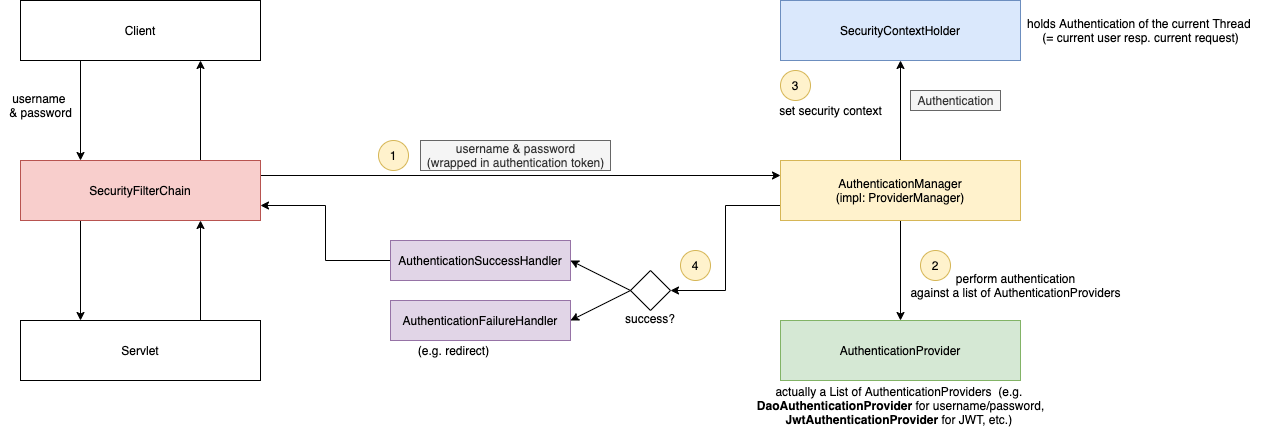
ttt9912/prospringboot2 keeps this draw.io diagram as ch8-security/spring-security-components.png. Above is the earlier version. Source tidied: cells renumbered, new cells last; positions are measured from the earlier drawing's top-left corner, leaving out a move shared by most shapes.
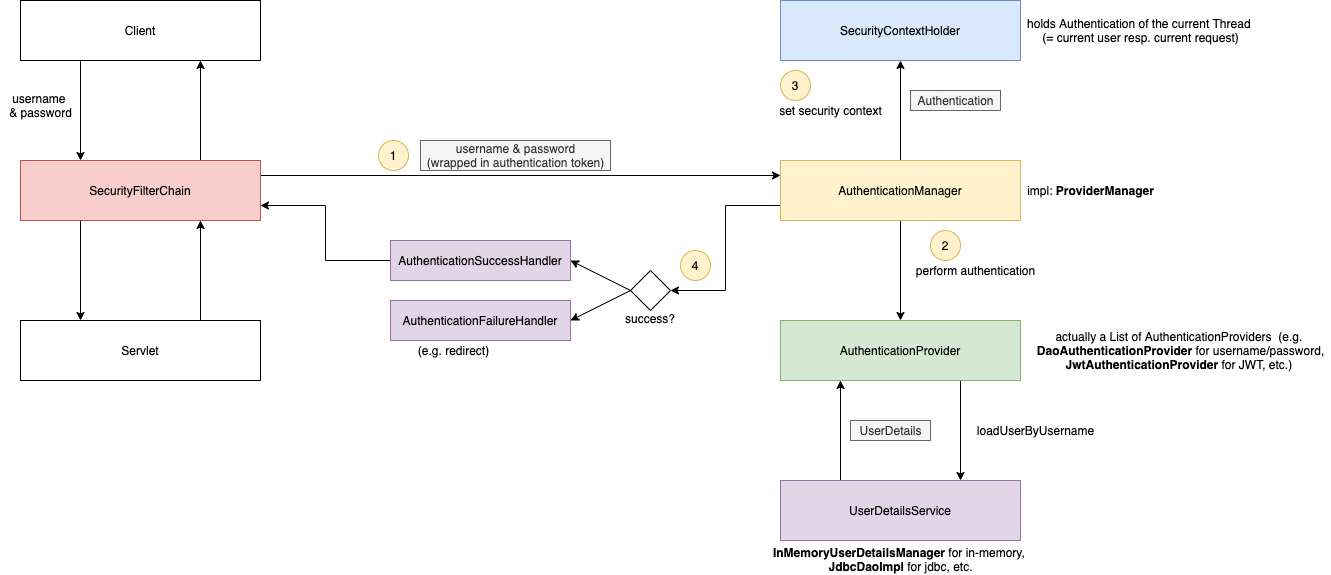
After the change.

Change to the diagram source:
```diff
@@ -5,15 +5,15 @@
     <mxCell id="2" style="edgeStyle=orthogonalEdgeStyle;rounded=0;jettySize=auto;html=1;entryX=0.25;entryY=0;entryDx=0;entryDy=0;exitX=0.25;exitY=1;exitDx=0;exitDy=0;" parent="1" edge="1" source="14" target="8">
       <mxGeometry relative="1" as="geometry" />
     </mxCell>
-    <mxCell id="3" style="edgeStyle=orthogonalEdgeStyle;rounded=0;jettySize=auto;html=1;exitX=0.5;exitY=0;exitDx=0;exitDy=0;entryX=0.5;entryY=1;entryDx=0;entryDy=0;" parent="1" edge="1" source="13" target="4">
-      <mxGeometry relative="1" as="geometry" />
-    </mxCell>
+    <mxCell id="35" style="edgeStyle=orthogonalEdgeStyle;rounded=0;jettySize=auto;html=1;exitX=0.5;exitY=0;exitDx=0;exitDy=0;entryX=0.5;entryY=1;entryDx=0;entryDy=0;" parent="1" edge="1" source="39" target="4">
+      <mxGeometry relative="1" as="geometry" />
+    </mxCell>
     <mxCell id="4" value="SecurityContextHolder" style="rounded=0;whiteSpace=wrap;html=1;verticalAlign=middle;fillColor=#dae8fc;strokeColor=#6c8ebf;" parent="1" vertex="1">
       <mxGeometry x="780" width="240" height="60" as="geometry" />
     </mxCell>
-    <mxCell id="5" style="rounded=0;jettySize=auto;html=1;exitX=1;exitY=0.25;exitDx=0;exitDy=0;entryX=0;entryY=0.25;entryDx=0;entryDy=0;" parent="1" edge="1" source="8" target="13">
-      <mxGeometry relative="1" as="geometry" />
-    </mxCell>
+    <mxCell id="36" style="rounded=0;jettySize=auto;html=1;exitX=1;exitY=0.25;exitDx=0;exitDy=0;entryX=0;entryY=0.25;entryDx=0;entryDy=0;" parent="1" edge="1" source="8" target="39">
+      <mxGeometry relative="1" as="geometry" />
+    </mxCell>
     <mxCell id="6" style="edgeStyle=orthogonalEdgeStyle;rounded=0;jettySize=auto;html=1;exitX=0.25;exitY=1;exitDx=0;exitDy=0;entryX=0.25;entryY=0;entryDx=0;entryDy=0;" parent="1" edge="1" source="8" target="10">
       <mxGeometry relative="1" as="geometry" />
     </mxCell>
@@ -29,15 +29,15 @@
     <mxCell id="10" value="Servlet" style="rounded=0;whiteSpace=wrap;html=1;" parent="1" vertex="1">
       <mxGeometry x="20" y="320" width="240" height="60" as="geometry" />
     </mxCell>
-    <mxCell id="11" style="edgeStyle=orthogonalEdgeStyle;rounded=0;jettySize=auto;html=1;exitX=0.5;exitY=1;exitDx=0;exitDy=0;entryX=0.5;entryY=0;entryDx=0;entryDy=0;" parent="1" edge="1" source="13" target="23">
-      <mxGeometry relative="1" as="geometry" />
-    </mxCell>
-    <mxCell id="12" style="edgeStyle=orthogonalEdgeStyle;rounded=0;jettySize=auto;html=1;exitX=0;exitY=0.75;exitDx=0;exitDy=0;entryX=1;entryY=0.5;entryDx=0;entryDy=0;" parent="1" edge="1" source="13" target="32">
-      <mxGeometry relative="1" as="geometry" />
-    </mxCell>
-    <mxCell id="13" value="&lt;span&gt;AuthenticationManager&lt;/span&gt;&lt;br&gt;(impl: ProviderManager)" style="rounded=0;whiteSpace=wrap;html=1;verticalAlign=middle;fillColor=#fff2cc;strokeColor=#d6b656;fontStyle=0;" parent="1" vertex="1">
-      <mxGeometry x="780" y="160" width="240" height="60" as="geometry" />
-    </mxCell>
+    <mxCell id="37" style="edgeStyle=orthogonalEdgeStyle;rounded=0;jettySize=auto;html=1;exitX=0.5;exitY=1;exitDx=0;exitDy=0;entryX=0.5;entryY=0;entryDx=0;entryDy=0;" parent="1" edge="1" source="39" target="23">
+      <mxGeometry relative="1" as="geometry" />
+    </mxCell>
+    <mxCell id="38" style="edgeStyle=orthogonalEdgeStyle;rounded=0;jettySize=auto;html=1;exitX=0;exitY=0.75;exitDx=0;exitDy=0;entryX=1;entryY=0.5;entryDx=0;entryDy=0;" parent="1" edge="1" source="39" target="32">
+      <mxGeometry relative="1" as="geometry" />
+    </mxCell>
+    <mxCell id="39" value="&lt;span&gt;AuthenticationManager&lt;/span&gt;" style="rounded=0;whiteSpace=wrap;html=1;verticalAlign=middle;fillColor=#fff2cc;strokeColor=#d6b656;fontStyle=0;" parent="1" vertex="1">
+      <mxGeometry x="780" y="160" width="240" height="60" as="geometry" />
+    </mxCell>
     <mxCell id="14" value="Client" style="rounded=0;whiteSpace=wrap;html=1;" parent="1" vertex="1">
       <mxGeometry x="20" width="240" height="60" as="geometry" />
     </mxCell>
@@ -48,11 +48,11 @@
       <mxGeometry x="1020" y="15" width="240" height="30" as="geometry" />
     </mxCell>
     <mxCell id="17" value="2" style="ellipse;whiteSpace=wrap;html=1;fillColor=#fff2cc;strokeColor=#d6b656;" parent="1" vertex="1">
-      <mxGeometry x="920" y="250" width="30" height="30" as="geometry" />
+      <mxGeometry x="930" y="230" width="30" height="30" as="geometry" />
     </mxCell>
-    <mxCell id="18" value="perform authentication&lt;br&gt;against a list of AuthenticationProviders" style="text;html=1;align=center;verticalAlign=middle;" parent="1" vertex="1">
-      <mxGeometry x="905" y="270" width="220" height="30" as="geometry" />
-    </mxCell>
+    <mxCell id="40" value="perform authentication&lt;br&gt;" style="text;html=1;align=center;verticalAlign=middle;" parent="1" vertex="1">
+      <mxGeometry x="910" y="260" width="130" height="20" as="geometry" />
+    </mxCell>
     <mxCell id="19" value="3" style="ellipse;whiteSpace=wrap;html=1;fillColor=#fff2cc;strokeColor=#d6b656;" parent="1" vertex="1">
       <mxGeometry x="780" y="70" width="30" height="30" as="geometry" />
     </mxCell>
@@ -65,11 +65,14 @@
     <mxCell id="22" value="username&amp;nbsp;&lt;br&gt;&amp;amp; password" style="text;html=1;align=center;verticalAlign=middle;" parent="1" vertex="1">
       <mxGeometry y="90" width="80" height="30" as="geometry" />
     </mxCell>
+    <mxCell id="41" style="edgeStyle=orthogonalEdgeStyle;rounded=0;jettySize=auto;html=1;exitX=0.75;exitY=1;exitDx=0;exitDy=0;entryX=0.75;entryY=0;entryDx=0;entryDy=0;" parent="1" edge="1" source="23" target="43">
+      <mxGeometry relative="1" as="geometry" />
+    </mxCell>
     <mxCell id="23" value="AuthenticationProvider" style="rounded=0;whiteSpace=wrap;html=1;verticalAlign=middle;fillColor=#d5e8d4;strokeColor=#82b366;" parent="1" vertex="1">
       <mxGeometry x="780" y="320" width="240" height="60" as="geometry" />
     </mxCell>
     <mxCell id="24" value="actually a List of AuthenticationProviders&amp;nbsp; (e.g. &lt;br&gt;&lt;b&gt;DaoAuthenticationProvider&lt;/b&gt; for username/password,&lt;br&gt;&lt;b&gt;JwtAuthenticationProvider&lt;/b&gt; for JWT, etc.)&amp;nbsp;" style="text;html=1;align=center;verticalAlign=middle;" parent="1" vertex="1">
-      <mxGeometry x="750" y="380" width="300" height="50" as="geometry" />
+      <mxGeometry x="1030" y="325" width="300" height="50" as="geometry" />
     </mxCell>
     <mxCell id="25" style="edgeStyle=orthogonalEdgeStyle;rounded=0;jettySize=auto;html=1;exitX=0;exitY=0.5;exitDx=0;exitDy=0;entryX=1;entryY=0.75;entryDx=0;entryDy=0;" parent="1" edge="1" source="26" target="8">
       <mxGeometry relative="1" as="geometry" />
@@ -101,5 +104,23 @@
     <mxCell id="34" value="1" style="ellipse;whiteSpace=wrap;html=1;fillColor=#fff2cc;strokeColor=#d6b656;" parent="1" vertex="1">
       <mxGeometry x="378" y="140" width="30" height="30" as="geometry" />
     </mxCell>
+    <mxCell id="42" style="edgeStyle=orthogonalEdgeStyle;rounded=0;jettySize=auto;html=1;exitX=0.25;exitY=0;exitDx=0;exitDy=0;entryX=0.25;entryY=1;entryDx=0;entryDy=0;" parent="1" edge="1" source="43" target="23">
+      <mxGeometry relative="1" as="geometry" />
+    </mxCell>
+    <mxCell id="43" value="UserDetailsService" style="rounded=0;whiteSpace=wrap;html=1;verticalAlign=middle;fillColor=#e1d5e7;strokeColor=#9673a6;" parent="1" vertex="1">
+      <mxGeometry x="780" y="480" width="240" height="60" as="geometry" />
+    </mxCell>
+    <mxCell id="44" value="loadUserByUsername" style="text;html=1;align=center;verticalAlign=middle;" parent="1" vertex="1">
+      <mxGeometry x="970" y="420" width="130" height="20" as="geometry" />
+    </mxCell>
+    <mxCell id="45" value="UserDetails" style="text;html=1;align=center;verticalAlign=middle;fillColor=#f5f5f5;strokeColor=#666666;fontColor=#333333;" parent="1" vertex="1">
+      <mxGeometry x="850" y="420" width="80" height="20" as="geometry" />
+    </mxCell>
+    <mxCell id="46" value="&lt;b&gt;InMemoryUserDetailsManager&lt;/b&gt; for in-memory,&amp;nbsp;&lt;br&gt;&lt;b&gt;JdbcDaoImpl&lt;/b&gt; for jdbc, etc." style="text;html=1;align=center;verticalAlign=middle;" parent="1" vertex="1">
+      <mxGeometry x="765" y="544" width="270" height="30" as="geometry" />
+    </mxCell>
+    <mxCell id="47" value="impl: &lt;b&gt;ProviderManager&lt;/b&gt;" style="text;html=1;align=center;verticalAlign=middle;" parent="1" vertex="1">
+      <mxGeometry x="1020" y="180" width="140" height="20" as="geometry" />
+    </mxCell>
   </root>
 </mxGraphModel>
```
